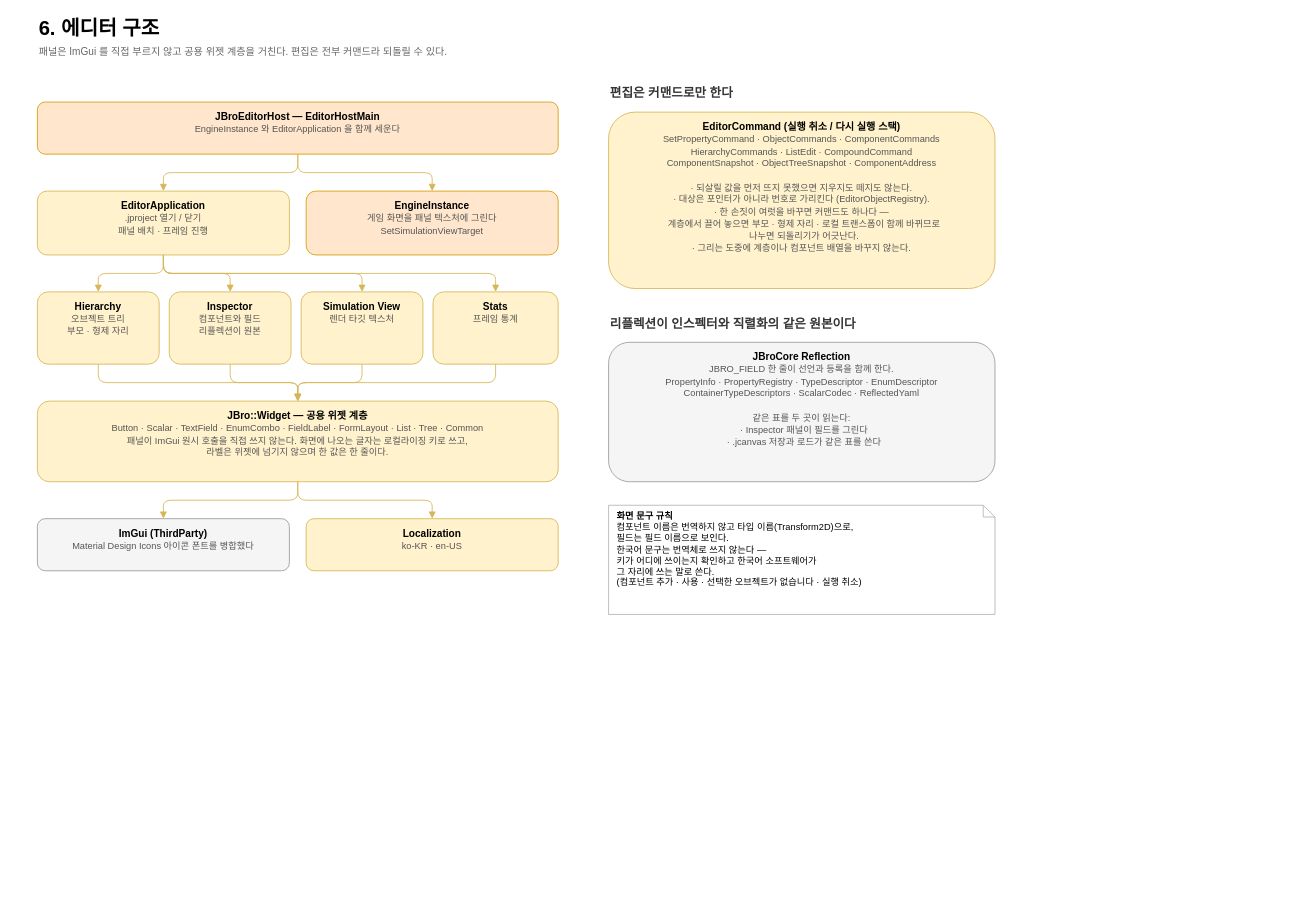
Above: page "6. 에디터 구조" (6 of 6) of docs/JBroEngine.drawio.xml in taku7664/JBroEngine (draw.io), before the change. Source tidied: cells renumbered, new cells numbered last; positions are measured from the earlier drawing's top-left corner, leaving out a move shared by most shapes. Both pictures are drawn from the tidied source at 84%, with x=0, y=0 at pixel (37, 14).
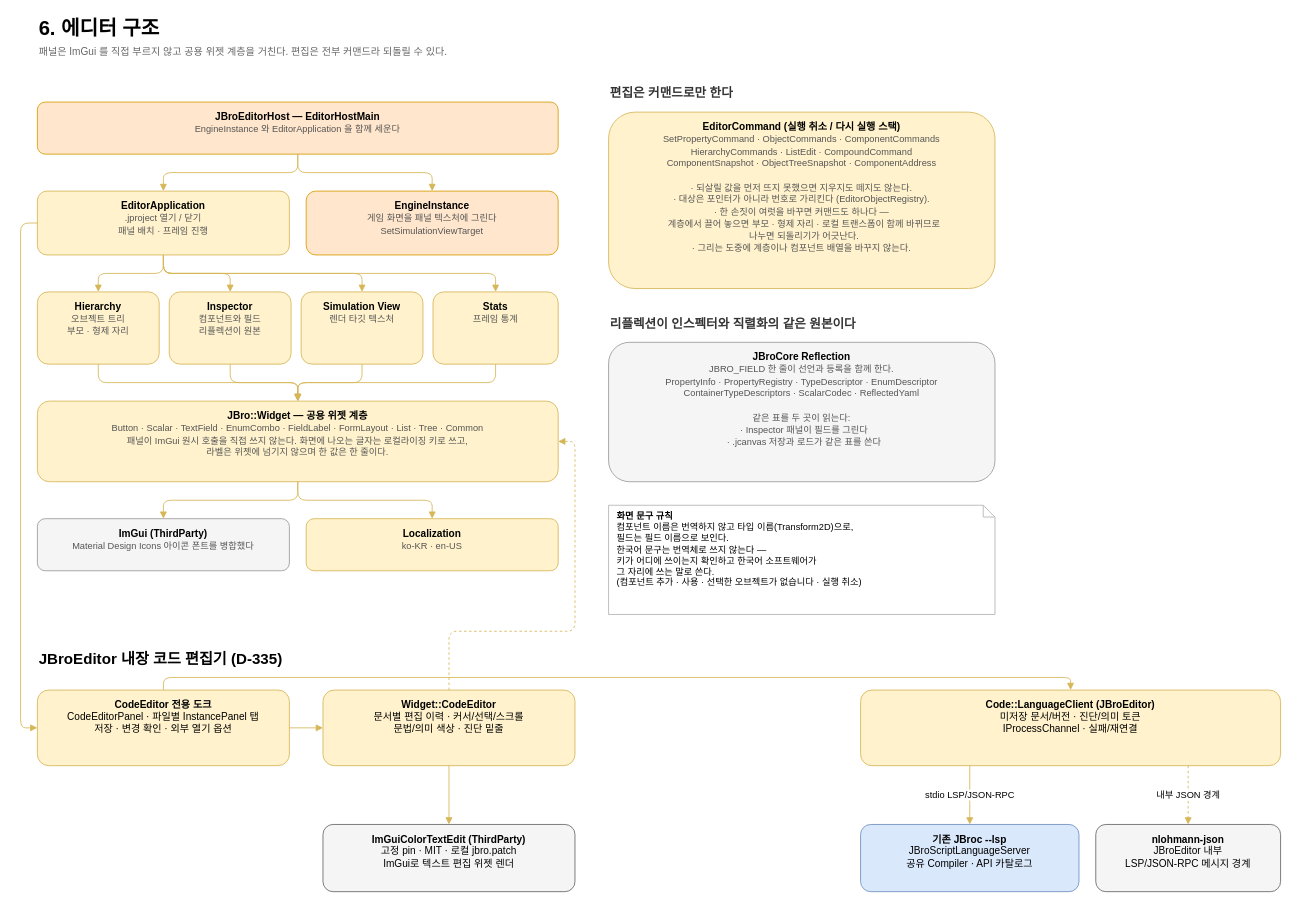
After the change.

Unchanged cells that the change refers to:
```xml
<mxCell id="5" value="&lt;b&gt;EditorApplication&lt;/b&gt;&lt;br&gt;&lt;font color=&quot;#555555&quot; style=&quot;font-size:11px&quot;&gt;.jproject 열기 / 닫기&lt;br&gt;패널 배치 · 프레임 진행&lt;/font&gt;" style="rounded=1;whiteSpace=wrap;html=1;fontSize=12;verticalAlign=top;spacingTop=4;fillColor=#fff2cc;strokeColor=#d6b656;" parent="1" vertex="1">
  <mxGeometry y="210" width="300" height="76" as="geometry" />
</mxCell>
<mxCell id="11" value="&lt;b&gt;JBro::Widget  —  공용 위젯 계층&lt;/b&gt;&lt;br&gt;&lt;font color=&quot;#555555&quot; style=&quot;font-size:11px&quot;&gt;Button · Scalar · TextField · EnumCombo · FieldLabel · FormLayout · List · Tree · Common&lt;br&gt;패널이 ImGui 원시 호출을 직접 쓰지 않는다. 화면에 나오는 글자는 로컬라이징 키로 쓰고,&lt;br&gt;라벨은 위젯에 넘기지 않으며 한 값은 한 줄이다.&lt;/font&gt;" style="rounded=1;whiteSpace=wrap;html=1;fontSize=12;verticalAlign=top;spacingTop=4;fillColor=#fff2cc;strokeColor=#d6b656;" parent="1" vertex="1">
  <mxGeometry y="460" width="620" height="96" as="geometry" />
</mxCell>
```

The edit, as a diff of the source:
```diff
@@
+    <mxCell id="31" value="JBroEditor 내장 코드 편집기 (D-335)" style="text;html=1;align=left;verticalAlign=middle;strokeColor=none;fillColor=none;fontSize=18;fontStyle=1;" parent="1" vertex="1">
+      <mxGeometry y="754" width="1480" height="26" as="geometry" />
+    </mxCell>
+    <mxCell id="32" value="&lt;b&gt;CodeEditor 전용 도크&lt;/b&gt;&lt;br&gt;CodeEditorPanel · 파일별 InstancePanel 탭&lt;br&gt;저장 · 변경 확인 · 외부 열기 옵션" style="rounded=1;whiteSpace=wrap;html=1;fontSize=12;verticalAlign=top;spacingTop=4;fillColor=#fff2cc;strokeColor=#d6b656;" parent="1" vertex="1">
+      <mxGeometry y="804" width="300" height="90" as="geometry" />
+    </mxCell>
+    <mxCell id="33" value="&lt;b&gt;Widget::CodeEditor&lt;/b&gt;&lt;br&gt;문서별 편집 이력 · 커서/선택/스크롤&lt;br&gt;문법/의미 색상 · 진단 밑줄" style="rounded=1;whiteSpace=wrap;html=1;fontSize=12;verticalAlign=top;spacingTop=4;fillColor=#fff2cc;strokeColor=#d6b656;" parent="1" vertex="1">
+      <mxGeometry x="340" y="804" width="300" height="90" as="geometry" />
+    </mxCell>
+    <mxCell id="34" value="&lt;b&gt;Code::LanguageClient (JBroEditor)&lt;/b&gt;&lt;br&gt;미저장 문서/버전 · 진단/의미 토큰&lt;br&gt;IProcessChannel · 실패/재연결" style="rounded=1;whiteSpace=wrap;html=1;fontSize=12;verticalAlign=top;spacingTop=4;fillColor=#fff2cc;strokeColor=#d6b656;" parent="1" vertex="1">
+      <mxGeometry x="980" y="804" width="500" height="90" as="geometry" />
+    </mxCell>
+    <mxCell id="35" value="&lt;b&gt;ImGuiColorTextEdit (ThirdParty)&lt;/b&gt;&lt;br&gt;고정 pin · MIT · 로컬 jbro.patch&lt;br&gt;ImGui로 텍스트 편집 위젯 렌더" style="rounded=1;whiteSpace=wrap;html=1;fontSize=12;verticalAlign=top;spacingTop=4;fillColor=#f5f5f5;strokeColor=#666666;" parent="1" vertex="1">
+      <mxGeometry x="340" y="964" width="300" height="80" as="geometry" />
+    </mxCell>
+    <mxCell id="36" value="&lt;b&gt;기존 JBroc --lsp&lt;/b&gt;&lt;br&gt;JBroScriptLanguageServer&lt;br&gt;공유 Compiler · API 카탈로그" style="rounded=1;whiteSpace=wrap;html=1;fontSize=12;verticalAlign=top;spacingTop=4;fillColor=#dae8fc;strokeColor=#6c8ebf;" parent="1" vertex="1">
+      <mxGeometry x="980" y="964" width="260" height="80" as="geometry" />
+    </mxCell>
+    <mxCell id="37" value="&lt;b&gt;nlohmann-json&lt;/b&gt;&lt;br&gt;JBroEditor 내부&lt;br&gt;LSP/JSON-RPC 메시지 경계" style="rounded=1;whiteSpace=wrap;html=1;fontSize=12;verticalAlign=top;spacingTop=4;fillColor=#f5f5f5;strokeColor=#666666;" parent="1" vertex="1">
+      <mxGeometry x="1260" y="964" width="220" height="80" as="geometry" />
+    </mxCell>
+    <mxCell id="38" style="edgeStyle=orthogonalEdgeStyle;rounded=1;html=1;fontSize=11;exitX=0;exitY=0.5;entryX=0;entryY=0.5;strokeColor=#d6b656;endArrow=block;endFill=1;" parent="1" edge="1" source="5" target="32">
+      <mxGeometry relative="1" as="geometry">
+        <Array as="points">
+          <mxPoint x="-20" y="248" />
+          <mxPoint x="-20" y="849" />
+        </Array>
+      </mxGeometry>
+    </mxCell>
+    <mxCell id="39" style="edgeStyle=orthogonalEdgeStyle;rounded=1;html=1;fontSize=11;exitX=1;exitY=0.5;entryX=0;entryY=0.5;strokeColor=#d6b656;endArrow=block;endFill=1;" parent="1" edge="1" source="32" target="33">
+      <mxGeometry relative="1" as="geometry" />
+    </mxCell>
+    <mxCell id="40" style="edgeStyle=orthogonalEdgeStyle;rounded=1;html=1;fontSize=11;exitX=0.5;exitY=0;entryX=0.5;entryY=0;strokeColor=#d6b656;endArrow=block;endFill=1;" parent="1" edge="1" source="32" target="34">
+      <mxGeometry relative="1" as="geometry">
+        <Array as="points">
+          <mxPoint x="150" y="789" />
+          <mxPoint x="1230" y="789" />
+        </Array>
+      </mxGeometry>
+    </mxCell>
+    <mxCell id="41" style="edgeStyle=orthogonalEdgeStyle;rounded=1;html=1;fontSize=11;exitX=0.5;exitY=0;entryX=1;entryY=0.5;dashed=1;strokeColor=#d6b656;endArrow=block;endFill=1;" parent="1" edge="1" source="33" target="11">
+      <mxGeometry relative="1" as="geometry">
+        <Array as="points">
+          <mxPoint x="490" y="734" />
+          <mxPoint x="640" y="734" />
+          <mxPoint x="640" y="508" />
+        </Array>
+      </mxGeometry>
+    </mxCell>
+    <mxCell id="42" style="edgeStyle=orthogonalEdgeStyle;rounded=1;html=1;fontSize=11;exitX=0.5;exitY=1;entryX=0.5;entryY=0;strokeColor=#d6b656;endArrow=block;endFill=1;" parent="1" edge="1" source="33" target="35">
+      <mxGeometry relative="1" as="geometry" />
+    </mxCell>
+    <mxCell id="43" value="stdio LSP/JSON-RPC" style="edgeStyle=orthogonalEdgeStyle;rounded=1;html=1;fontSize=11;exitX=0.26;exitY=1;entryX=0.5;entryY=0;strokeColor=#d6b656;endArrow=block;endFill=1;" parent="1" edge="1" source="34" target="36">
+      <mxGeometry relative="1" as="geometry" />
+    </mxCell>
+    <mxCell id="44" value="내부 JSON 경계" style="edgeStyle=orthogonalEdgeStyle;rounded=1;html=1;fontSize=11;exitX=0.78;exitY=1;entryX=0.5;entryY=0;dashed=1;strokeColor=#d6b656;endArrow=block;endFill=1;" parent="1" edge="1" source="34" target="37">
+      <mxGeometry relative="1" as="geometry" />
+    </mxCell>
```
